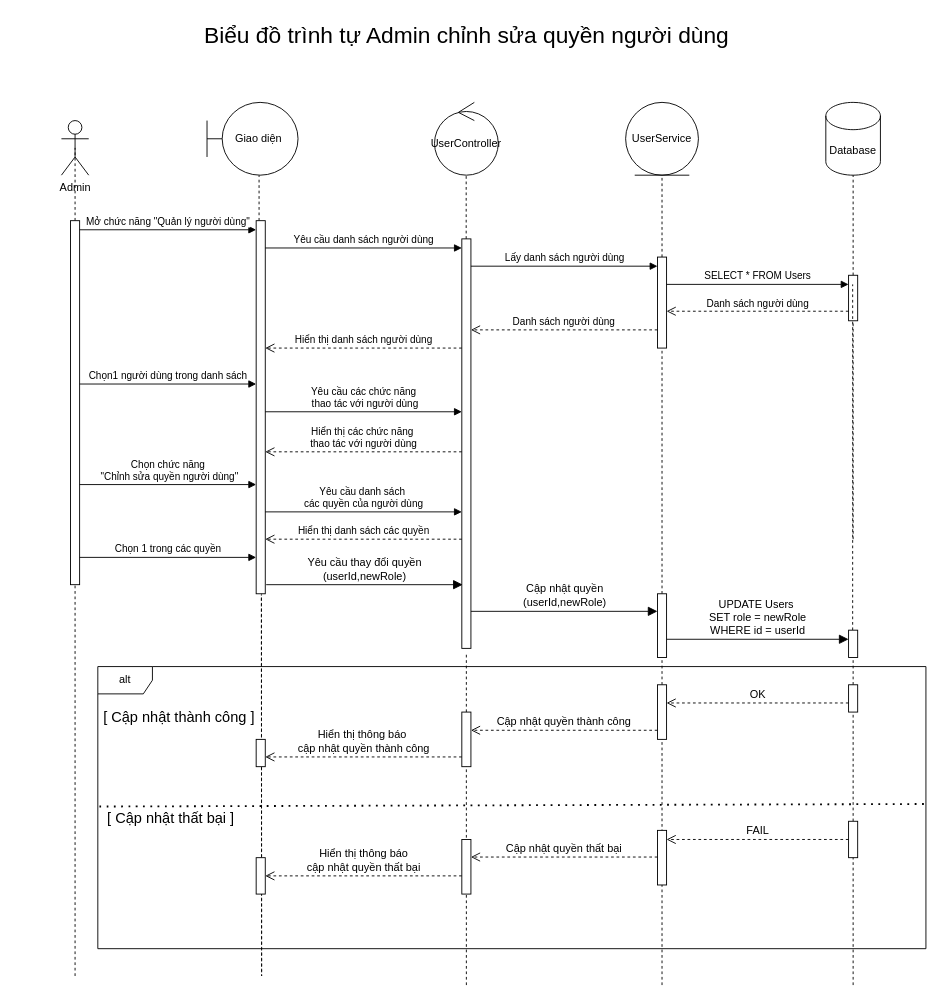
Above: Sequence diagram/User Management/admin_edit_user_role.drawio in cuongceg/BTL-IT3120 (draw.io), before the change. Source tidied: cells renumbered, new cells numbered last; positions are measured from the earlier drawing's top-left corner, leaving out a move shared by most shapes. Both pictures are drawn from the tidied source at 91%, with x=0, y=0 at pixel (61, 15).
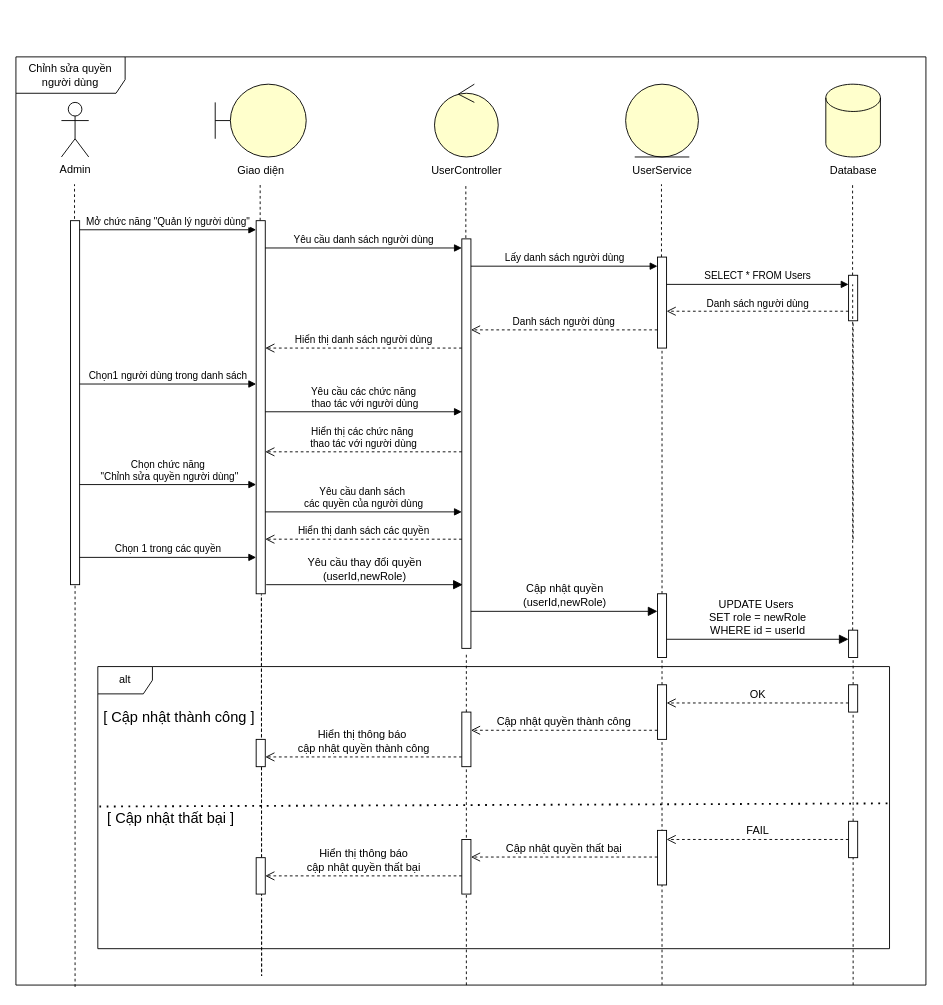
After the change.

Commit message:
Cập nhật admin_edit_user_role.drawio

The change refers to these unchanged cells:
```xml
<mxCell id="13" style="html=1;points=[[0,0,0,0,5],[0,1,0,0,-5],[1,0,0,0,5],[1,1,0,0,-5]];perimeter=orthogonalPerimeter;outlineConnect=0;targetShapes=umlLifeline;portConstraint=eastwest;newEdgeStyle={&quot;curved&quot;:0,&quot;rounded&quot;:0};" parent="1" vertex="1">
  <mxGeometry x="10" y="225" width="10" height="400" as="geometry" />
</mxCell>
<mxCell id="15" style="html=1;points=[[0,0,0,0,5],[0,1,0,0,-5],[1,0,0,0,5],[1,1,0,0,-5]];perimeter=orthogonalPerimeter;outlineConnect=0;targetShapes=umlLifeline;portConstraint=eastwest;newEdgeStyle={&quot;curved&quot;:0,&quot;rounded&quot;:0};" parent="1" vertex="1">
  <mxGeometry x="214" y="225" width="10" height="410" as="geometry" />
</mxCell>
<mxCell id="18" style="html=1;points=[[0,0,0,0,5],[0,1,0,0,-5],[1,0,0,0,5],[1,1,0,0,-5]];perimeter=orthogonalPerimeter;outlineConnect=0;targetShapes=umlLifeline;portConstraint=eastwest;newEdgeStyle={&quot;curved&quot;:0,&quot;rounded&quot;:0};" parent="1" vertex="1">
  <mxGeometry x="440" y="245" width="10" height="450" as="geometry" />
</mxCell>
<mxCell id="21" style="html=1;points=[[0,0,0,0,5],[0,1,0,0,-5],[1,0,0,0,5],[1,1,0,0,-5]];perimeter=orthogonalPerimeter;outlineConnect=0;targetShapes=umlLifeline;portConstraint=eastwest;newEdgeStyle={&quot;curved&quot;:0,&quot;rounded&quot;:0};" parent="1" vertex="1">
  <mxGeometry x="655" y="265" width="10" height="100" as="geometry" />
</mxCell>
<mxCell id="24" style="html=1;points=[[0,0,0,0,5],[0,1,0,0,-5],[1,0,0,0,5],[1,1,0,0,-5]];perimeter=orthogonalPerimeter;outlineConnect=0;targetShapes=umlLifeline;portConstraint=eastwest;newEdgeStyle={&quot;curved&quot;:0,&quot;rounded&quot;:0};" parent="1" vertex="1">
  <mxGeometry x="865" y="285" width="10" height="50" as="geometry" />
</mxCell>
```

Change to the diagram source:
```diff
@@
     <mxCell id="2" value="Admin" style="shape=umlActor;verticalLabelPosition=bottom;verticalAlign=top;html=1;outlineConnect=0;" parent="1" vertex="1">
-      <mxGeometry y="115" width="30" height="60" as="geometry" />
+      <mxGeometry y="95" width="30" height="60" as="geometry" />
     </mxCell>
-    <mxCell id="3" style="endArrow=none;dashed=1;html=1;rounded=0;entryX=0.5;entryY=0.5;entryDx=0;entryDy=0;entryPerimeter=0;" parent="1" edge="1" source="13" target="2">
-      <mxGeometry relative="1" as="geometry" />
+    <mxCell id="3" style="endArrow=none;dashed=1;html=1;rounded=0;entryX=0.5;entryY=0.5;entryDx=0;entryDy=0;entryPerimeter=0;" parent="1" edge="1">
+      <mxGeometry relative="1" as="geometry">
+        <mxPoint x="14.4" y="295" as="sourcePoint" />
+        <mxPoint x="14.4" y="185" as="targetPoint" />
+      </mxGeometry>
     </mxCell>
-    <mxCell id="4" value="Giao diện&amp;nbsp;" style="shape=umlBoundary;whiteSpace=wrap;html=1;" parent="1" vertex="1">
-      <mxGeometry x="160" y="95" width="100" height="80" as="geometry" />
+    <mxCell id="4" style="shape=umlBoundary;whiteSpace=wrap;html=1;fillColor=light-dark(#FFFFCC,#FFFFCC);" parent="1" vertex="1">
+      <mxGeometry x="169" y="75" width="100" height="80" as="geometry" />
     </mxCell>
-    <mxCell id="5" style="endArrow=none;dashed=1;html=1;rounded=0;entryX=0.572;entryY=1.003;entryDx=0;entryDy=0;entryPerimeter=0;" parent="1" edge="1" source="15" target="4">
-      <mxGeometry relative="1" as="geometry" />
+    <mxCell id="5" style="endArrow=none;dashed=1;html=1;rounded=0;entryX=0.572;entryY=1.003;entryDx=0;entryDy=0;entryPerimeter=0;" parent="1" edge="1">
+      <mxGeometry relative="1" as="geometry">
+        <mxPoint x="218.4" y="254.8" as="sourcePoint" />
+        <mxPoint x="218.4" y="185" as="targetPoint" />
+      </mxGeometry>
     </mxCell>
-    <mxCell id="6" value="UserController" style="ellipse;shape=umlControl;whiteSpace=wrap;html=1;" parent="1" vertex="1">
-      <mxGeometry x="410" y="95" width="70" height="80" as="geometry" />
+    <mxCell id="6" style="ellipse;shape=umlControl;whiteSpace=wrap;html=1;fillColor=light-dark(#FFFFCC,#FFFFCC);" parent="1" vertex="1">
+      <mxGeometry x="410" y="75" width="70" height="80" as="geometry" />
     </mxCell>
-    <mxCell id="7" style="endArrow=none;dashed=1;html=1;rounded=0;entryX=0.497;entryY=1.013;entryDx=0;entryDy=0;entryPerimeter=0;" parent="1" edge="1" source="18" target="6">
-      <mxGeometry relative="1" as="geometry" />
+    <mxCell id="7" style="endArrow=none;dashed=1;html=1;rounded=0;entryX=0.497;entryY=1.013;entryDx=0;entryDy=0;entryPerimeter=0;" parent="1" edge="1">
+      <mxGeometry relative="1" as="geometry">
+        <mxPoint x="444.4" y="274" as="sourcePoint" />
+        <mxPoint x="444.4" y="185" as="targetPoint" />
+      </mxGeometry>
     </mxCell>
-    <mxCell id="8" value="UserService" style="ellipse;shape=umlEntity;whiteSpace=wrap;html=1;" parent="1" vertex="1">
-      <mxGeometry x="620" y="95" width="80" height="80" as="geometry" />
+    <mxCell id="8" style="ellipse;shape=umlEntity;whiteSpace=wrap;html=1;fillColor=light-dark(#FFFFCC,#FFFFCC);" parent="1" vertex="1">
+      <mxGeometry x="620" y="75" width="80" height="80" as="geometry" />
     </mxCell>
-    <mxCell id="9" value="Database" style="shape=cylinder3;whiteSpace=wrap;html=1;boundedLbl=1;backgroundOutline=1;size=15;" parent="1" vertex="1">
-      <mxGeometry x="840" y="95" width="60" height="80" as="geometry" />
+    <mxCell id="9" style="shape=cylinder3;whiteSpace=wrap;html=1;boundedLbl=1;backgroundOutline=1;size=15;fillColor=light-dark(#FFFFCC,#FFFFCC);" parent="1" vertex="1">
+      <mxGeometry x="840" y="75" width="60" height="80" as="geometry" />
     </mxCell>
-    <mxCell id="10" style="endArrow=none;dashed=1;html=1;rounded=0;entryX=0.5;entryY=1;entryDx=0;entryDy=0;" parent="1" edge="1" source="21" target="8">
-      <mxGeometry relative="1" as="geometry" />
+    <mxCell id="10" style="endArrow=none;dashed=1;html=1;rounded=0;entryX=0.5;entryY=1;entryDx=0;entryDy=0;" parent="1" edge="1">
+      <mxGeometry relative="1" as="geometry">
+        <mxPoint x="659.4" y="295" as="sourcePoint" />
+        <mxPoint x="659.4" y="185" as="targetPoint" />
+      </mxGeometry>
     </mxCell>
-    <mxCell id="11" style="endArrow=none;dashed=1;html=1;rounded=0;entryX=0.5;entryY=1;entryDx=0;entryDy=0;entryPerimeter=0;" parent="1" edge="1" source="24" target="9">
-      <mxGeometry relative="1" as="geometry" />
+    <mxCell id="11" style="endArrow=none;dashed=1;html=1;rounded=0;entryX=0.5;entryY=1;entryDx=0;entryDy=0;entryPerimeter=0;" parent="1" edge="1">
+      <mxGeometry relative="1" as="geometry">
+        <mxPoint x="869.4" y="315" as="sourcePoint" />
+        <mxPoint x="869.4" y="185" as="targetPoint" />
+      </mxGeometry>
     </mxCell>
-    <mxCell id="12" style="endArrow=none;dashed=1;html=1;rounded=0;entryX=0.5;entryY=0.5;entryDx=0;entryDy=0;entryPerimeter=0;" parent="1" edge="1" target="13">
-      <mxGeometry relative="1" as="geometry">
-        <mxPoint x="15" y="1055" as="sourcePoint" />
-      </mxGeometry>
+    <mxCell id="12" style="endArrow=none;dashed=1;html=1;rounded=0;entryX=0.5;entryY=0.5;entryDx=0;entryDy=0;entryPerimeter=0;exitX=0.065;exitY=1.002;exitDx=0;exitDy=0;exitPerimeter=0;" parent="1" edge="1" source="67" target="13">
+      <mxGeometry relative="1" as="geometry" />
     </mxCell>
@@
     <mxCell id="44" value="alt" style="shape=umlFrame;whiteSpace=wrap;html=1;" parent="1" vertex="1">
-      <mxGeometry x="40" y="715" width="910" height="310" as="geometry" />
+      <mxGeometry x="40" y="715" width="870" height="310" as="geometry" />
     </mxCell>
@@
-    <mxCell id="53" style="endArrow=none;dashed=1;html=1;dashPattern=1 3;strokeWidth=2;rounded=0;fontSize=12;startSize=8;endSize=8;curved=1;exitX=0.002;exitY=0.752;exitDx=0;exitDy=0;exitPerimeter=0;entryX=1;entryY=0.743;entryDx=0;entryDy=0;entryPerimeter=0;" parent="1" edge="1">
+    <mxCell id="53" style="endArrow=none;dashed=1;html=1;dashPattern=1 3;strokeWidth=2;rounded=0;fontSize=12;startSize=8;endSize=8;curved=1;exitX=0.002;exitY=0.752;exitDx=0;exitDy=0;exitPerimeter=0;entryX=1;entryY=0.485;entryDx=0;entryDy=0;entryPerimeter=0;" parent="1" edge="1" target="44">
       <mxGeometry relative="1" as="geometry">
         <mxPoint x="41.8" y="868.8" as="sourcePoint" />
-        <mxPoint x="950" y="866" as="targetPoint" />
       </mxGeometry>
     </mxCell>
@@
-    <mxCell id="62" value="Biểu đồ trình tự Admin chỉnh sửa quyền người dùng" style="text;html=1;align=center;verticalAlign=middle;strokeColor=none;fillColor=none;fontSize=25;" parent="1" vertex="1">
-      <mxGeometry x="145" width="600" height="40" as="geometry" />
-    </mxCell>
+    <mxCell id="63" value="Giao diện" style="text;html=1;align=center;verticalAlign=middle;strokeColor=none;fillColor=none;" parent="1" vertex="1">
+      <mxGeometry x="184" y="155" width="70" height="30" as="geometry" />
+    </mxCell>
+    <mxCell id="64" value="&lt;span style=&quot;text-wrap-mode: wrap;&quot;&gt;UserController&lt;/span&gt;" style="text;html=1;align=center;verticalAlign=middle;strokeColor=none;fillColor=none;" parent="1" vertex="1">
+      <mxGeometry x="395" y="155" width="100" height="30" as="geometry" />
+    </mxCell>
+    <mxCell id="65" value="&lt;span style=&quot;text-wrap-mode: wrap;&quot;&gt;UserService&lt;/span&gt;" style="text;html=1;align=center;verticalAlign=middle;strokeColor=none;fillColor=none;" parent="1" vertex="1">
+      <mxGeometry x="615" y="155" width="90" height="30" as="geometry" />
+    </mxCell>
+    <mxCell id="66" value="&lt;span style=&quot;text-wrap-mode: wrap;&quot;&gt;Database&lt;/span&gt;" style="text;html=1;align=center;verticalAlign=middle;strokeColor=none;fillColor=none;" parent="1" vertex="1">
+      <mxGeometry x="835" y="155" width="70" height="30" as="geometry" />
+    </mxCell>
+    <mxCell id="67" value="Chỉnh sửa quyền người dùng" style="shape=umlFrame;whiteSpace=wrap;html=1;width=120;height=40;" parent="1" vertex="1">
+      <mxGeometry x="-50" y="45" width="1000" height="1020" as="geometry" />
+    </mxCell>
```
